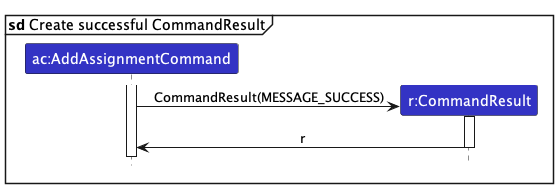
Above: docs/assets/dg/SDAddAssignmentCommandResult.png in shamesjen/tp (PlantUML), before the change. Source of this version:
```plantuml
@startuml
!include style.puml
skinparam ArrowFontStyle plain
skinparam sequenceReferenceBackgroundColor white

mainframe: **sd** Create successful CommandResult

participant "ac:AddAssignmentCommand" as AddAssignmentCommand LOGIC_COLOR
participant "r:CommandResult" as CommandResult LOGIC_COLOR

activate AddAssignmentCommand

create CommandResult
AddAssignmentCommand -> CommandResult : CommandResult(MESSAGE_SUCCESS)
activate CommandResult

CommandResult -> AddAssignmentCommand : r
deactivate CommandResult

@enduml
```
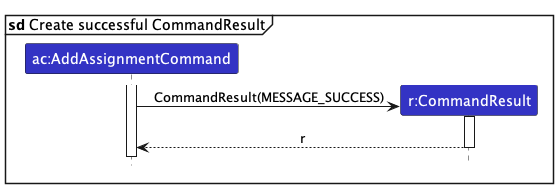
The same diagram one commit later.

Diff of the diagram source:
```diff
@@ -14,7 +14,7 @@
 AddAssignmentCommand -> CommandResult : CommandResult(MESSAGE_SUCCESS)
 activate CommandResult
 
-CommandResult -> AddAssignmentCommand : r
+CommandResult --> AddAssignmentCommand : r
 deactivate CommandResult
 
 @enduml
```
